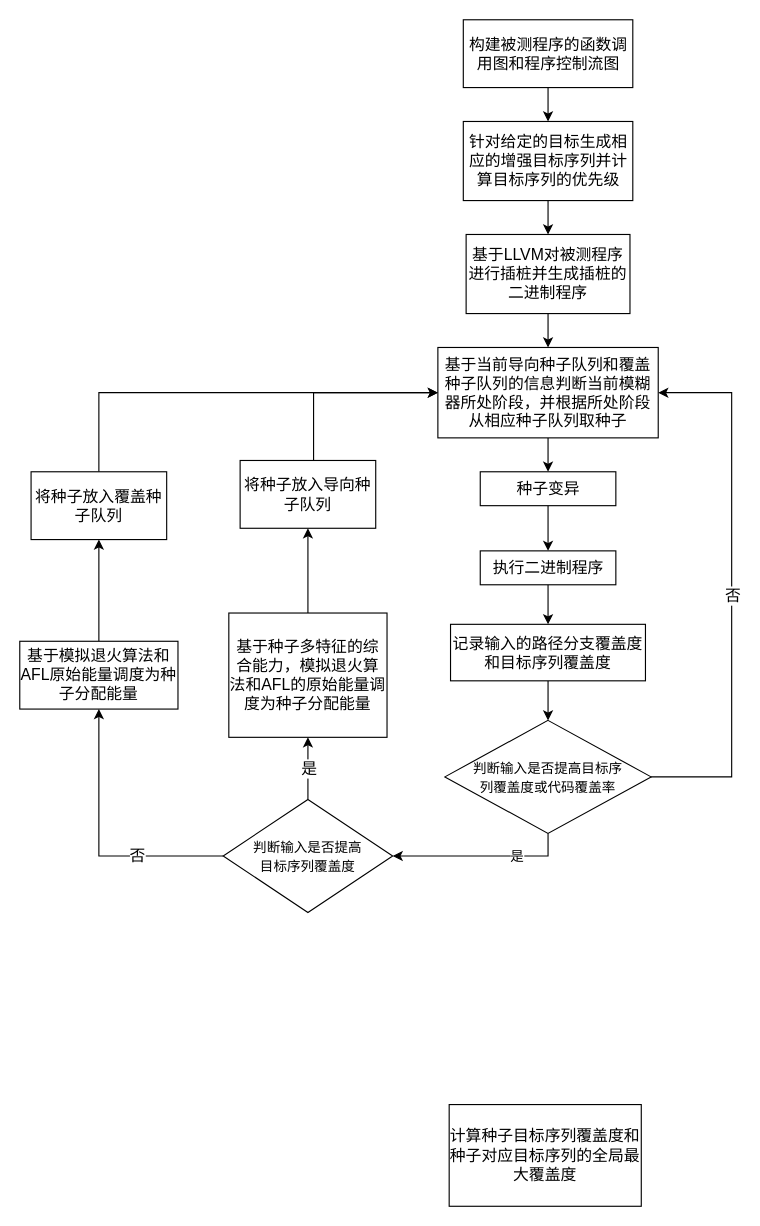
Earlier version of the draw.io diagram Untitled Diagram.drawio (cxlzff/cxlmall). Source tidied: cells renumbered, new cells numbered last; positions are measured from the earlier drawing's top-left corner, leaving out a move shared by most shapes. Both pictures are drawn from the tidied source at 113%, with x=0, y=0 at pixel (19, 19).
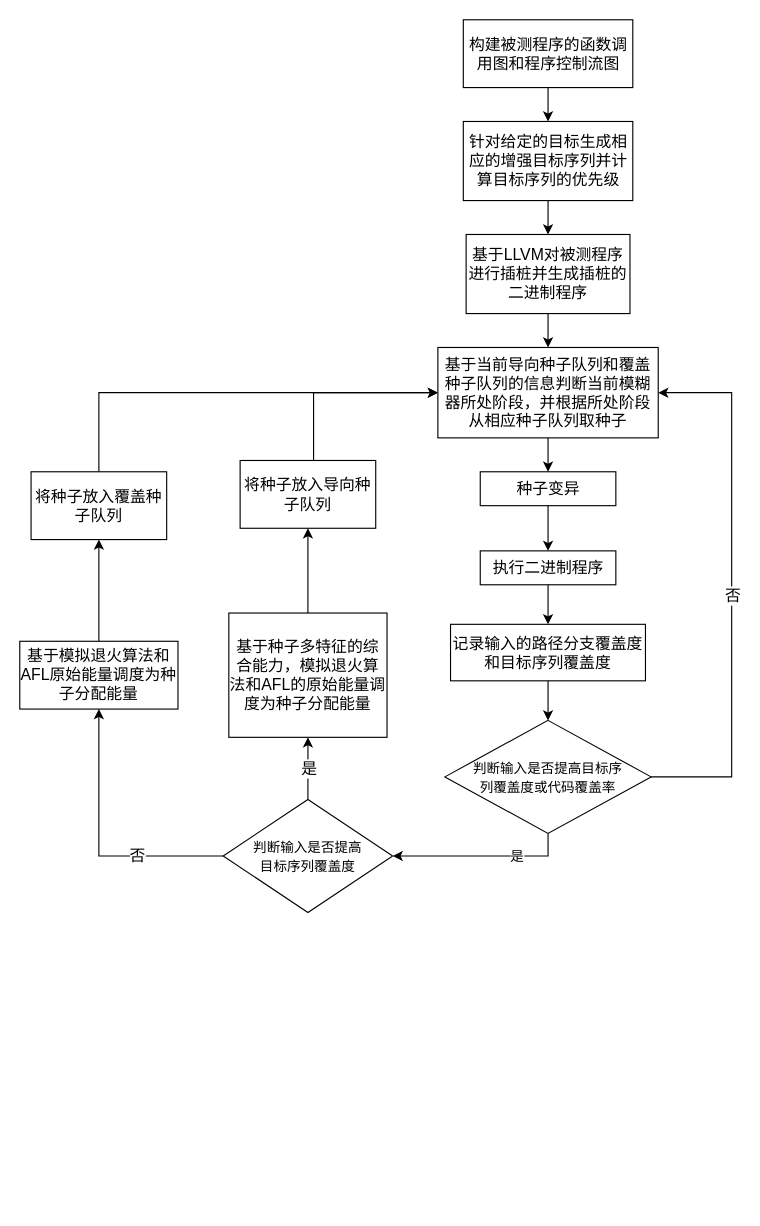
After the change.

The edit, as a diff of the source:
```diff
@@
-    <mxCell id="10" value="&lt;span&gt;计算种子目标序列覆盖度和种子对应目标序列的全局最大覆盖度&lt;/span&gt;" style="rounded=0;whiteSpace=wrap;html=1;fontSize=14;" parent="1" vertex="1">
-      <mxGeometry x="380" y="960" width="170" height="90" as="geometry" />
-    </mxCell>
```
